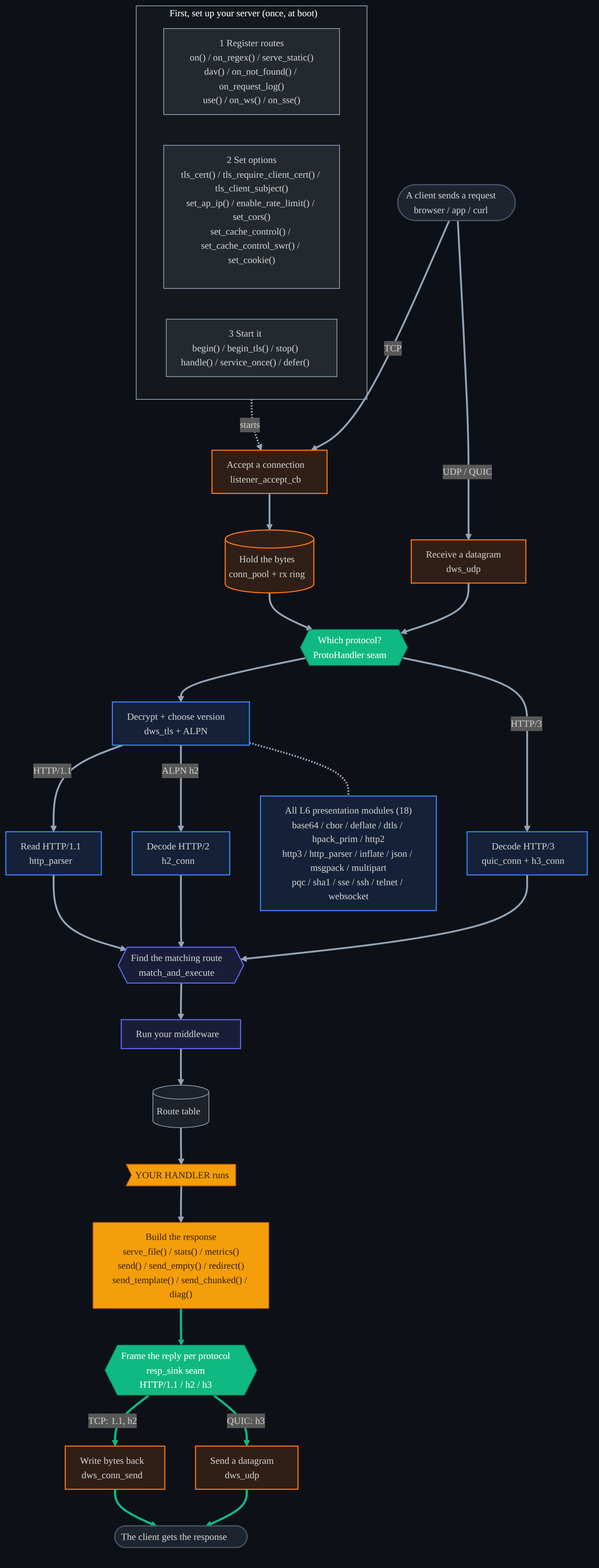
Above: docs/diagrams/api_flow_detail.dark.png in dstroy0/DeterministicESPAsyncWebServer (Mermaid), before the change. Its source is kept beside it as docs/diagrams/api_flow_detail.mmd.
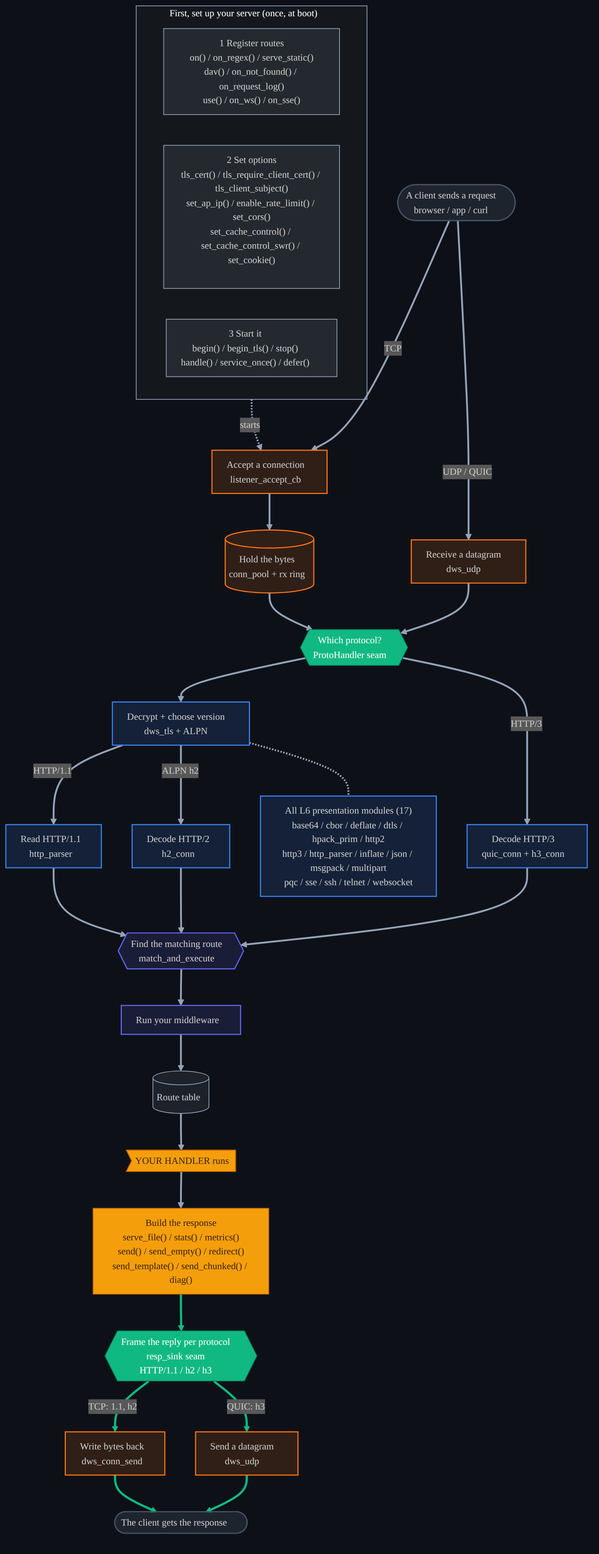
Later version of the same file.

The edit, as a diff of the source:
```diff
@@ -25,7 +25,7 @@
   consend["Write bytes back<br/>dws_conn_send"]
   udptx["Send a datagram<br/>dws_udp"]
   cout(["The client gets the response"])
-  mods["All L6 presentation modules (18)<br/>base64 / cbor / deflate / dtls / hpack_prim / http2<br/>http3 / http_parser / inflate / json / msgpack / multipart<br/>pqc / sha1 / sse / ssh / telnet / websocket"]
+  mods["All L6 presentation modules (17)<br/>base64 / cbor / deflate / dtls / hpack_prim / http2<br/>http3 / http_parser / inflate / json / msgpack / multipart<br/>pqc / sse / ssh / telnet / websocket"]
 
   run -.->|starts| listen
   cin ==>|TCP| listen
```
